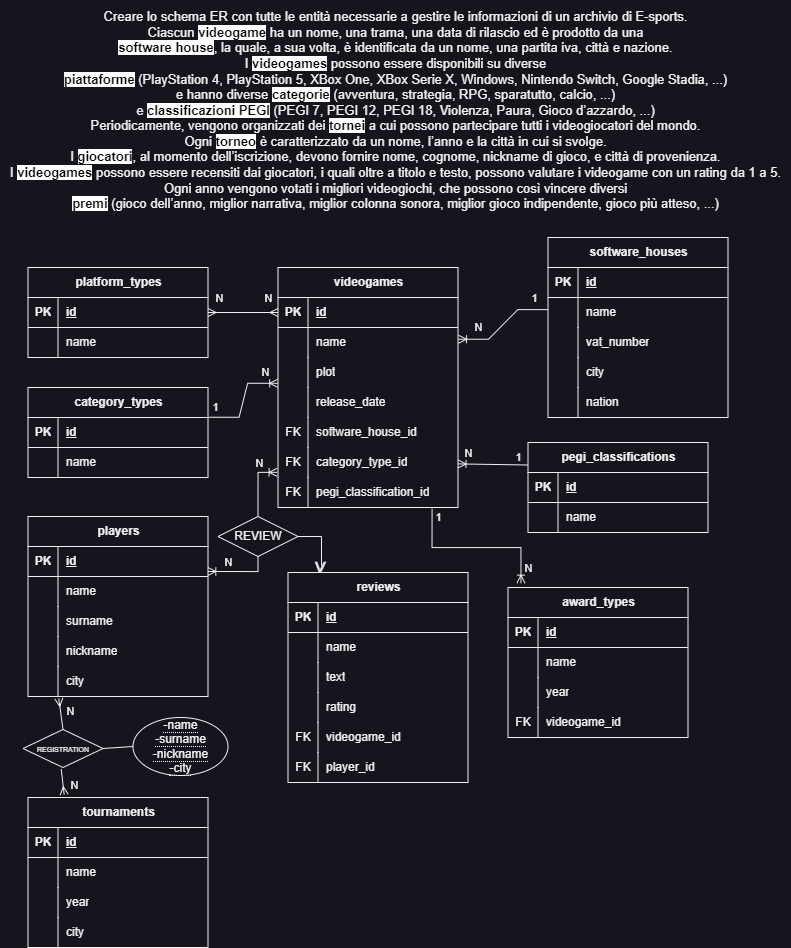
Above: db-videogames.drawio.png in fabiodigiacomopepe/db-videogames (draw.io), before the change. Source tidied: cells renumbered, new cells last; positions are measured from the earlier drawing's top-left corner, leaving out a move shared by most shapes.
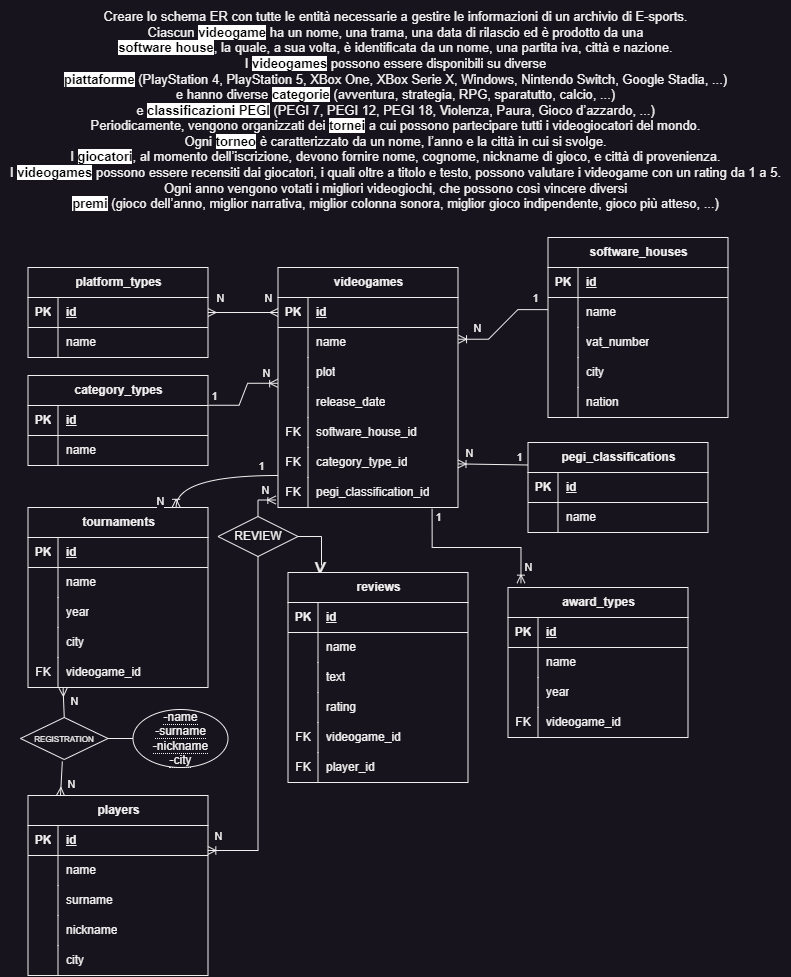
After the commit.

The edit, as a diff of the source:
```diff
@@ -141,7 +141,7 @@
       <mxGeometry x="30" width="150" height="30" as="geometry" />
     </mxCell>
     <mxCell id="48" value="category_types" style="shape=table;startSize=30;rowLines=0;fontStyle=1;align=center;html=1;" parent="1" vertex="1">
-      <mxGeometry x="27.5" y="387" width="180" height="90" as="geometry" />
+      <mxGeometry x="27.5" y="375" width="180" height="90" as="geometry" />
     </mxCell>
     <mxCell id="49" style="shape=tableRow;horizontal=0;startSize=0;swimlaneHead=0;swimlaneBody=0;fillColor=none;points=[[0,0.5],[1,0.5]];portConstraint=eastwest;top=0;left=0;right=0;bottom=1;" parent="48" vertex="1">
       <mxGeometry y="30" width="180" height="30" as="geometry" />
@@ -183,7 +183,7 @@
       <mxGeometry x="30" width="150" height="30" as="geometry" />
     </mxCell>
     <mxCell id="62" value="tournaments" style="shape=table;startSize=30;rowLines=0;fontStyle=1;align=center;html=1;" parent="1" vertex="1">
-      <mxGeometry x="27.5" y="797" width="180" height="150" as="geometry" />
+      <mxGeometry x="27.5" y="507" width="180" height="180" as="geometry" />
     </mxCell>
     <mxCell id="63" style="shape=tableRow;horizontal=0;startSize=0;swimlaneHead=0;swimlaneBody=0;fillColor=none;top=0;left=0;right=0;bottom=1;" parent="62" vertex="1">
       <mxGeometry y="30" width="180" height="30" as="geometry" />
@@ -221,8 +221,17 @@
     <mxCell id="74" value="city" style="shape=partialRectangle;fillColor=none;top=0;left=0;bottom=0;right=0;align=left;spacingLeft=6;overflow=hidden;whiteSpace=wrap;html=1;" parent="72" vertex="1">
       <mxGeometry x="30" width="150" height="30" as="geometry" />
     </mxCell>
+    <mxCell id="152" style="shape=tableRow;horizontal=0;startSize=0;swimlaneHead=0;swimlaneBody=0;fillColor=none;points=[[0,0.5],[1,0.5]];portConstraint=eastwest;top=0;left=0;right=0;bottom=0;" parent="62" vertex="1">
+      <mxGeometry y="150" width="180" height="30" as="geometry" />
+    </mxCell>
+    <mxCell id="153" value="FK" style="shape=partialRectangle;fillColor=none;top=0;left=0;bottom=0;right=0;overflow=hidden;whiteSpace=wrap;html=1;" parent="152" vertex="1">
+      <mxGeometry width="30" height="30" as="geometry" />
+    </mxCell>
+    <mxCell id="154" value="videogame_id" style="shape=partialRectangle;fillColor=none;top=0;left=0;bottom=0;right=0;align=left;spacingLeft=6;overflow=hidden;whiteSpace=wrap;html=1;" parent="152" vertex="1">
+      <mxGeometry x="30" width="150" height="30" as="geometry" />
+    </mxCell>
     <mxCell id="75" value="players" style="shape=table;startSize=30;rowLines=0;fontStyle=1;align=center;html=1;" parent="1" vertex="1">
-      <mxGeometry x="27.5" y="516" width="180" height="180" as="geometry" />
+      <mxGeometry x="27.5" y="795" width="180" height="180" as="geometry" />
     </mxCell>
     <mxCell id="76" style="shape=tableRow;horizontal=0;startSize=0;swimlaneHead=0;swimlaneBody=0;fillColor=none;points=[[0,0.5],[1,0.5]];portConstraint=eastwest;top=0;left=0;right=0;bottom=1;" parent="75" vertex="1">
       <mxGeometry y="30" width="180" height="30" as="geometry" />
@@ -364,10 +373,10 @@
         <mxPoint x="-1" y="-12" as="offset" />
       </mxGeometry>
     </mxCell>
-    <mxCell id="116" value="&lt;font style=&quot;font-size: 7px;&quot;&gt;REGISTRATION&lt;/font&gt;" style="shape=rhombus;perimeter=rhombusPerimeter;whiteSpace=wrap;html=1;align=center;" parent="1" vertex="1">
-      <mxGeometry x="22.5" y="729" width="80" height="38" as="geometry" />
+    <mxCell id="116" value="&lt;font style=&quot;font-size: 8px;&quot;&gt;REGISTRATION&lt;/font&gt;" style="shape=rhombus;perimeter=rhombusPerimeter;whiteSpace=wrap;html=1;align=center;" parent="1" vertex="1">
+      <mxGeometry x="20" y="717" width="87.5" height="42" as="geometry" />
     </mxCell>
-    <mxCell id="117" style="fontSize=12;html=1;endArrow=ERmany;rounded=0;entryX=0.171;entryY=1.066;entryDx=0;entryDy=0;exitX=0.5;exitY=0;exitDx=0;exitDy=0;entryPerimeter=0;" parent="1" edge="1" source="116" target="88">
+    <mxCell id="117" style="fontSize=12;html=1;endArrow=ERmany;rounded=0;entryX=0.195;entryY=1.026;entryDx=0;entryDy=0;exitX=0.5;exitY=0;exitDx=0;exitDy=0;entryPerimeter=0;" parent="1" edge="1" source="116" target="152">
       <mxGeometry relative="1" as="geometry" />
     </mxCell>
     <mxCell id="118" value="N" style="edgeLabel;html=1;align=center;verticalAlign=middle;" parent="117" vertex="1">
@@ -375,8 +384,10 @@
         <mxPoint x="11" y="6" as="offset" />
       </mxGeometry>
     </mxCell>
-    <mxCell id="119" style="fontSize=12;html=1;endArrow=ERmany;rounded=0;exitX=0.478;exitY=1.046;exitDx=0;exitDy=0;entryX=0.201;entryY=-0.019;entryDx=0;entryDy=0;exitPerimeter=0;entryPerimeter=0;" parent="1" edge="1" source="116" target="62">
-      <mxGeometry relative="1" as="geometry" />
+    <mxCell id="119" style="fontSize=12;html=1;endArrow=ERmany;rounded=0;exitX=0.478;exitY=1.046;exitDx=0;exitDy=0;exitPerimeter=0;" parent="1" edge="1" source="116">
+      <mxGeometry relative="1" as="geometry">
+        <mxPoint x="60" y="795" as="targetPoint" />
+      </mxGeometry>
     </mxCell>
     <mxCell id="120" value="N" style="edgeLabel;html=1;align=center;verticalAlign=middle;" parent="119" vertex="1">
       <mxGeometry x="0.54" relative="1" as="geometry">
@@ -440,7 +451,7 @@
     <mxCell id="139" value="player_id" style="shape=partialRectangle;fillColor=none;top=0;left=0;bottom=0;right=0;align=left;spacingLeft=6;overflow=hidden;whiteSpace=wrap;html=1;" parent="137" vertex="1">
       <mxGeometry x="30" width="150" height="30" as="geometry" />
     </mxCell>
-    <mxCell id="140" style="edgeStyle=orthogonalEdgeStyle;fontSize=12;html=1;endArrow=ERoneToMany;rounded=0;entryX=-0.005;entryY=0.827;entryDx=0;entryDy=0;entryPerimeter=0;exitX=0.5;exitY=0;exitDx=0;exitDy=0;" parent="1" edge="1" source="142" target="19">
+    <mxCell id="140" style="edgeStyle=orthogonalEdgeStyle;fontSize=12;html=1;endArrow=ERoneToMany;rounded=0;entryX=-0.012;entryY=0.75;entryDx=0;entryDy=0;entryPerimeter=0;exitX=0.5;exitY=0;exitDx=0;exitDy=0;" parent="1" edge="1" source="142" target="22">
       <mxGeometry relative="1" as="geometry" />
     </mxCell>
     <mxCell id="141" value="N" style="edgeLabel;html=1;align=center;verticalAlign=middle;" parent="140" vertex="1">
@@ -456,11 +467,11 @@
     </mxCell>
     <mxCell id="144" value="N" style="edgeLabel;html=1;align=center;verticalAlign=middle;" parent="143" vertex="1">
       <mxGeometry x="0.48" y="-1" relative="1" as="geometry">
-        <mxPoint x="3" y="-9" as="offset" />
+        <mxPoint x="-39" y="24" as="offset" />
       </mxGeometry>
     </mxCell>
     <mxCell id="145" value="&lt;span style=&quot;border-bottom: 1px dotted&quot;&gt;-name&lt;br&gt;-surname&lt;br&gt;-nickname&lt;br&gt;-city&lt;br&gt;&lt;/span&gt;" style="ellipse;whiteSpace=wrap;html=1;align=center;" parent="1" vertex="1">
-      <mxGeometry x="132.5" y="717" width="95" height="58" as="geometry" />
+      <mxGeometry x="132.5" y="709" width="95" height="58" as="geometry" />
     </mxCell>
     <mxCell id="146" style="endArrow=none;html=1;rounded=0;exitX=1;exitY=0.5;exitDx=0;exitDy=0;entryX=0;entryY=0.5;entryDx=0;entryDy=0;" parent="1" edge="1" source="116" target="145">
       <mxGeometry relative="1" as="geometry" />
@@ -497,5 +508,18 @@
         <mxPoint x="5" y="3" as="offset" />
       </mxGeometry>
     </mxCell>
+    <mxCell id="155" style="edgeStyle=orthogonalEdgeStyle;fontSize=12;html=1;endArrow=ERoneToMany;rounded=0;exitX=0.001;exitY=0.933;exitDx=0;exitDy=0;exitPerimeter=0;curved=1;entryX=0.823;entryY=-0.001;entryDx=0;entryDy=0;entryPerimeter=0;" parent="1" edge="1" source="19" target="62">
+      <mxGeometry relative="1" as="geometry" />
+    </mxCell>
+    <mxCell id="156" value="N" style="edgeLabel;html=1;align=center;verticalAlign=middle;" parent="155" vertex="1">
+      <mxGeometry x="0.83" relative="1" as="geometry">
+        <mxPoint x="-16" y="4" as="offset" />
+      </mxGeometry>
+    </mxCell>
+    <mxCell id="157" value="1" style="edgeLabel;html=1;align=center;verticalAlign=middle;" parent="155" vertex="1">
+      <mxGeometry x="-0.95" relative="1" as="geometry">
+        <mxPoint x="-14" y="-10" as="offset" />
+      </mxGeometry>
+    </mxCell>
   </root>
 </mxGraphModel>
```
